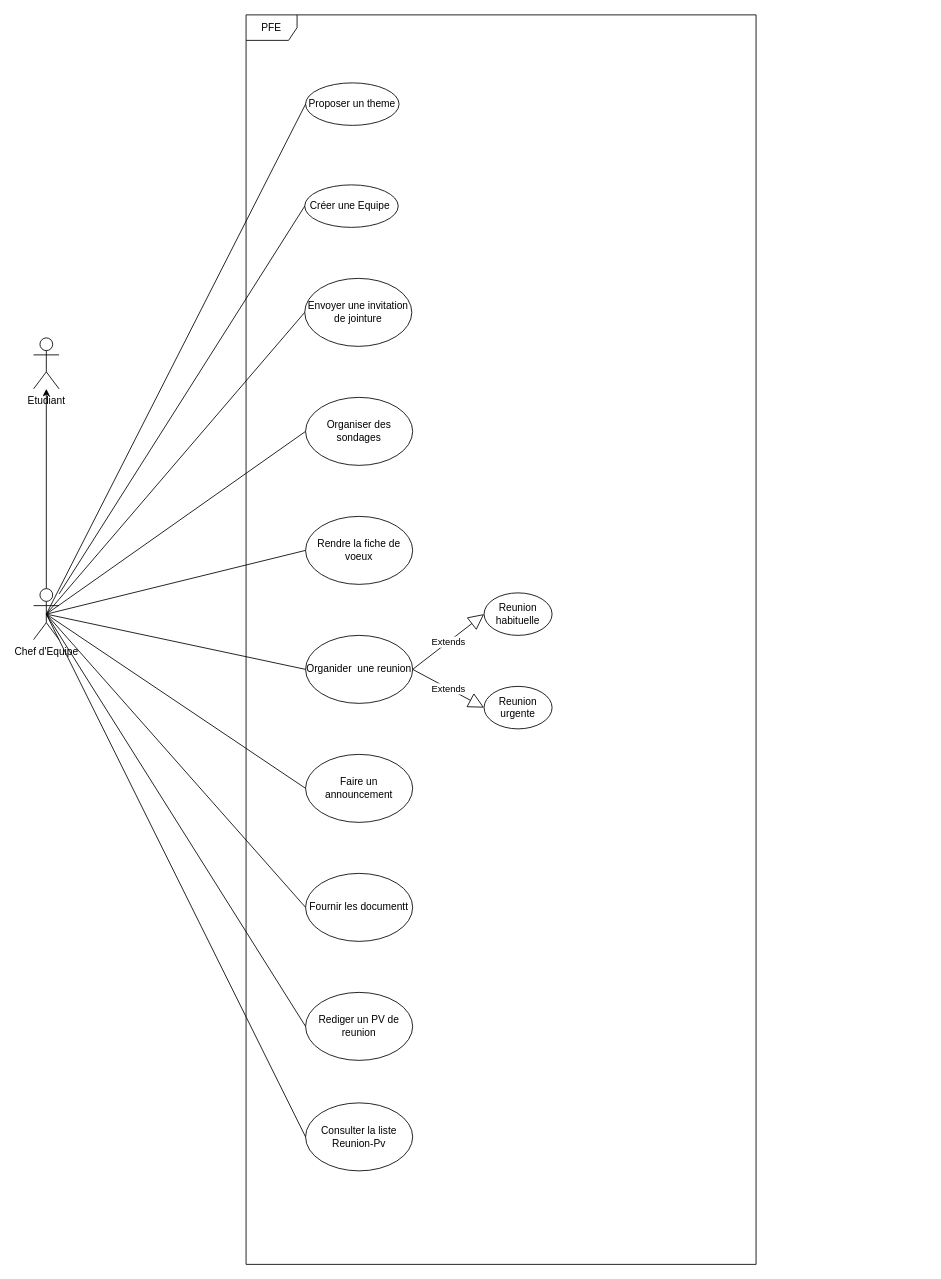
stormsidali2001/PFE_third_year_school_project_front keeps this draw.io diagram as diagrams/useCaseChefEquipe.drawio. Above is the earlier version. Source tidied: cells renumbered, new cells numbered last; positions are measured from the earlier drawing's top-left corner, leaving out a move shared by most shapes. Both pictures are drawn from the tidied source at 85%, with x=0, y=0 at pixel (33, 14).
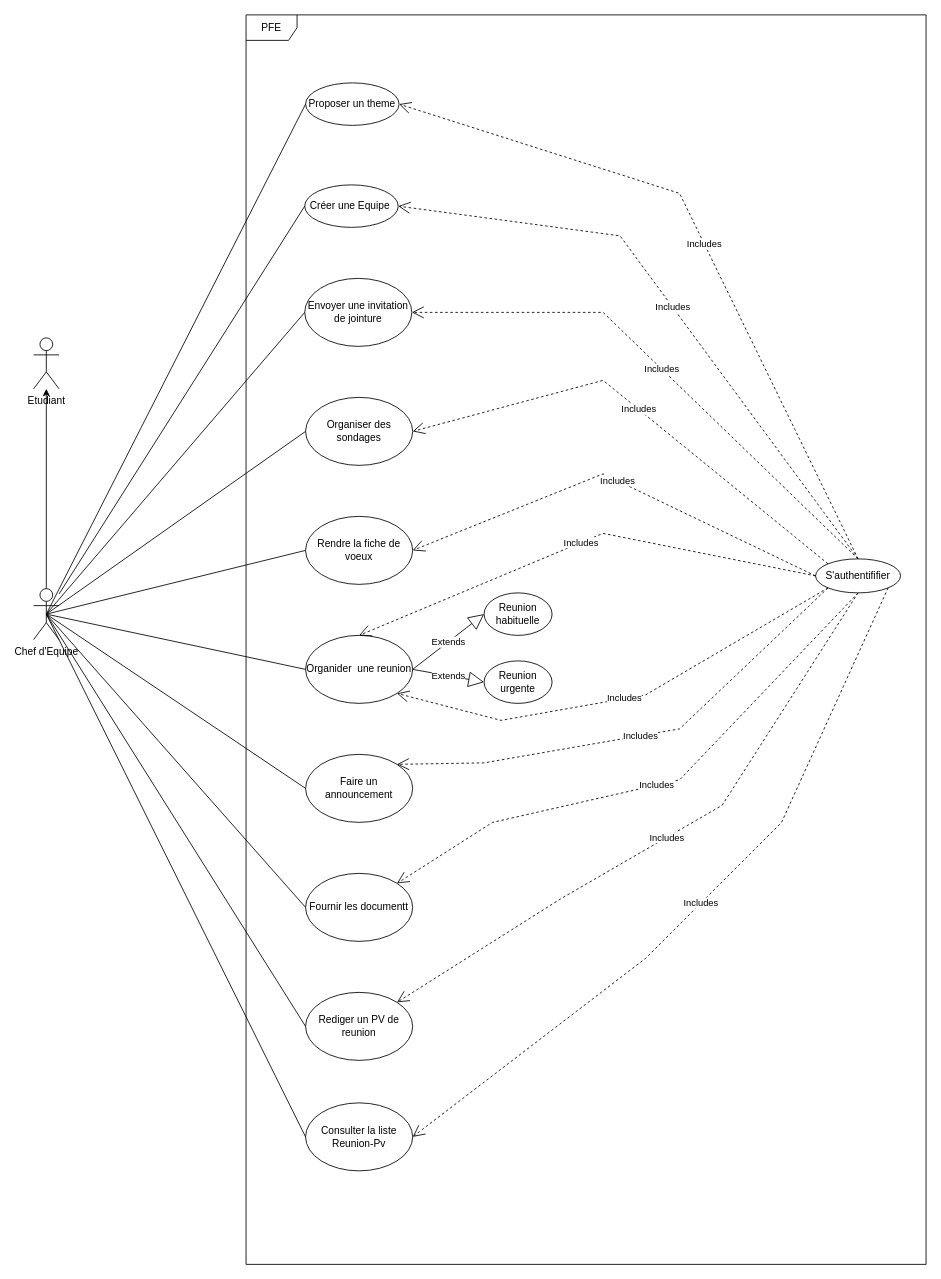
The same diagram, later.

The change refers to these unchanged cells:
```xml
<mxCell id="6" value="Proposer un theme" style="ellipse;whiteSpace=wrap;html=1;" parent="1" vertex="1">
  <mxGeometry x="320" y="80" width="110" height="50" as="geometry" />
</mxCell>
<mxCell id="7" value="Créer une Equipe&amp;nbsp;" style="ellipse;whiteSpace=wrap;html=1;" parent="1" vertex="1">
  <mxGeometry x="319" y="200" width="110" height="50" as="geometry" />
</mxCell>
<mxCell id="8" value="Envoyer une invitation de jointure" style="ellipse;whiteSpace=wrap;html=1;" parent="1" vertex="1">
  <mxGeometry x="319" y="310" width="126" height="80" as="geometry" />
</mxCell>
<mxCell id="9" value="Organiser des sondages" style="ellipse;whiteSpace=wrap;html=1;" parent="1" vertex="1">
  <mxGeometry x="320" y="450" width="126" height="80" as="geometry" />
</mxCell>
<mxCell id="10" value="Rendre la fiche de voeux" style="ellipse;whiteSpace=wrap;html=1;" parent="1" vertex="1">
  <mxGeometry x="320" y="590" width="126" height="80" as="geometry" />
</mxCell>
<mxCell id="11" value="Organider&amp;nbsp; une reunion" style="ellipse;whiteSpace=wrap;html=1;" parent="1" vertex="1">
  <mxGeometry x="320" y="730" width="126" height="80" as="geometry" />
</mxCell>
<mxCell id="16" value="Faire un announcement" style="ellipse;whiteSpace=wrap;html=1;" parent="1" vertex="1">
  <mxGeometry x="320" y="870" width="126" height="80" as="geometry" />
</mxCell>
<mxCell id="17" value="Fournir les documentt" style="ellipse;whiteSpace=wrap;html=1;" parent="1" vertex="1">
  <mxGeometry x="320" y="1010" width="126" height="80" as="geometry" />
</mxCell>
<mxCell id="18" value="Rediger un PV de reunion" style="ellipse;whiteSpace=wrap;html=1;" parent="1" vertex="1">
  <mxGeometry x="320" y="1150" width="126" height="80" as="geometry" />
</mxCell>
<mxCell id="19" value="Consulter la liste Reunion-Pv" style="ellipse;whiteSpace=wrap;html=1;" parent="1" vertex="1">
  <mxGeometry x="320" y="1280" width="126" height="80" as="geometry" />
</mxCell>
```

What changed in the source:
```diff
@@
     <mxCell id="5" value="PFE" style="shape=umlFrame;whiteSpace=wrap;html=1;" parent="1" vertex="1">
-      <mxGeometry x="250" width="600" height="1470" as="geometry" />
+      <mxGeometry x="250" width="800" height="1470" as="geometry" />
     </mxCell>
@@
     <mxCell id="12" value="Reunion urgente" style="ellipse;whiteSpace=wrap;html=1;" parent="1" vertex="1">
-      <mxGeometry x="530" y="790" width="80" height="50" as="geometry" />
+      <mxGeometry x="530" y="760" width="80" height="50" as="geometry" />
     </mxCell>
@@
+    <mxCell id="30" value="S'authentififier" style="ellipse;whiteSpace=wrap;html=1;" parent="1" vertex="1">
+      <mxGeometry x="920" y="640" width="100" height="40" as="geometry" />
+    </mxCell>
+    <mxCell id="31" value="Includes" style="endArrow=open;endSize=12;dashed=1;html=1;rounded=0;exitX=0.5;exitY=0;exitDx=0;exitDy=0;entryX=1;entryY=0.5;entryDx=0;entryDy=0;" parent="1" edge="1" source="30" target="6">
+      <mxGeometry relative="1" as="geometry">
+        <Array as="points">
+          <mxPoint x="760" y="210" />
+        </Array>
+      </mxGeometry>
+    </mxCell>
+    <mxCell id="32" value="Includes" style="endArrow=open;endSize=12;dashed=1;html=1;rounded=0;exitX=0.5;exitY=0;exitDx=0;exitDy=0;entryX=1;entryY=0.5;entryDx=0;entryDy=0;" parent="1" edge="1" source="30" target="7">
+      <mxGeometry relative="1" as="geometry">
+        <Array as="points">
+          <mxPoint x="690" y="260" />
+        </Array>
+      </mxGeometry>
+    </mxCell>
+    <mxCell id="33" value="Includes" style="endArrow=open;endSize=12;dashed=1;html=1;rounded=0;entryX=1;entryY=0.5;entryDx=0;entryDy=0;exitX=0.5;exitY=0;exitDx=0;exitDy=0;" parent="1" edge="1" source="30" target="8">
+      <mxGeometry relative="1" as="geometry">
+        <Array as="points">
+          <mxPoint x="670" y="350" />
+        </Array>
+      </mxGeometry>
+    </mxCell>
+    <mxCell id="34" value="Includes" style="endArrow=open;endSize=12;dashed=1;html=1;rounded=0;entryX=1;entryY=0.5;entryDx=0;entryDy=0;exitX=0;exitY=0;exitDx=0;exitDy=0;" parent="1" edge="1" source="30" target="9">
+      <mxGeometry relative="1" as="geometry">
+        <Array as="points">
+          <mxPoint x="670" y="430" />
+        </Array>
+      </mxGeometry>
+    </mxCell>
+    <mxCell id="35" value="Includes" style="endArrow=open;endSize=12;dashed=1;html=1;rounded=0;entryX=1;entryY=0.5;entryDx=0;entryDy=0;exitX=0;exitY=0.5;exitDx=0;exitDy=0;" parent="1" edge="1" source="30" target="10">
+      <mxGeometry relative="1" as="geometry">
+        <Array as="points">
+          <mxPoint x="670" y="540" />
+        </Array>
+      </mxGeometry>
+    </mxCell>
+    <mxCell id="36" value="Includes" style="endArrow=open;endSize=12;dashed=1;html=1;rounded=0;entryX=0.5;entryY=0;entryDx=0;entryDy=0;exitX=0;exitY=0.5;exitDx=0;exitDy=0;" parent="1" edge="1" source="30" target="11">
+      <mxGeometry relative="1" as="geometry">
+        <Array as="points">
+          <mxPoint x="670" y="610" />
+        </Array>
+      </mxGeometry>
+    </mxCell>
+    <mxCell id="37" value="Includes" style="endArrow=open;endSize=12;dashed=1;html=1;rounded=0;entryX=1;entryY=1;entryDx=0;entryDy=0;exitX=0;exitY=1;exitDx=0;exitDy=0;" parent="1" edge="1" source="30" target="11">
+      <mxGeometry relative="1" as="geometry">
+        <Array as="points">
+          <mxPoint x="720" y="800" />
+          <mxPoint x="550" y="830" />
+        </Array>
+      </mxGeometry>
+    </mxCell>
+    <mxCell id="38" value="Includes" style="endArrow=open;endSize=12;dashed=1;html=1;rounded=0;entryX=1;entryY=0;entryDx=0;entryDy=0;exitX=0;exitY=1;exitDx=0;exitDy=0;" parent="1" edge="1" source="30" target="16">
+      <mxGeometry relative="1" as="geometry">
+        <Array as="points">
+          <mxPoint x="760" y="840" />
+          <mxPoint x="530" y="880" />
+        </Array>
+      </mxGeometry>
+    </mxCell>
+    <mxCell id="39" value="Includes" style="endArrow=open;endSize=12;dashed=1;html=1;rounded=0;entryX=1;entryY=0;entryDx=0;entryDy=0;exitX=0.5;exitY=1;exitDx=0;exitDy=0;" parent="1" edge="1" source="30" target="17">
+      <mxGeometry relative="1" as="geometry">
+        <Array as="points">
+          <mxPoint x="760" y="900" />
+          <mxPoint x="540" y="950" />
+        </Array>
+      </mxGeometry>
+    </mxCell>
+    <mxCell id="40" value="Includes" style="endArrow=open;endSize=12;dashed=1;html=1;rounded=0;entryX=1;entryY=0;entryDx=0;entryDy=0;exitX=0.5;exitY=1;exitDx=0;exitDy=0;" parent="1" edge="1" source="30" target="18">
+      <mxGeometry relative="1" as="geometry">
+        <Array as="points">
+          <mxPoint x="810" y="930" />
+          <mxPoint x="620" y="1040" />
+        </Array>
+      </mxGeometry>
+    </mxCell>
+    <mxCell id="41" value="Includes" style="endArrow=open;endSize=12;dashed=1;html=1;rounded=0;entryX=1;entryY=0.5;entryDx=0;entryDy=0;exitX=1;exitY=1;exitDx=0;exitDy=0;" parent="1" edge="1" source="30" target="19">
+      <mxGeometry relative="1" as="geometry">
+        <Array as="points">
+          <mxPoint x="880" y="950" />
+          <mxPoint x="720" y="1110" />
+        </Array>
+      </mxGeometry>
+    </mxCell>
```
